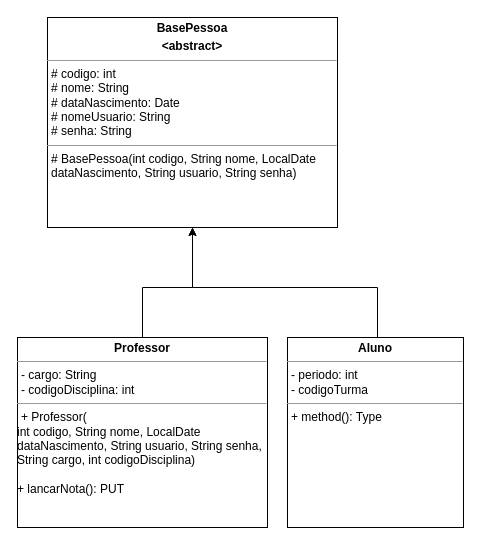
The draw.io diagram Diagrama ProjetoApiContAcad,.drawio in wilianAlbrecht/ProjetoApiContAcad, before the edit. Source tidied: cells renumbered, new cells numbered last; positions are measured from the earlier drawing's top-left corner, leaving out a move shared by most shapes. Both pictures are drawn from the tidied source at 100%, with x=0, y=0 at pixel (17, 17).
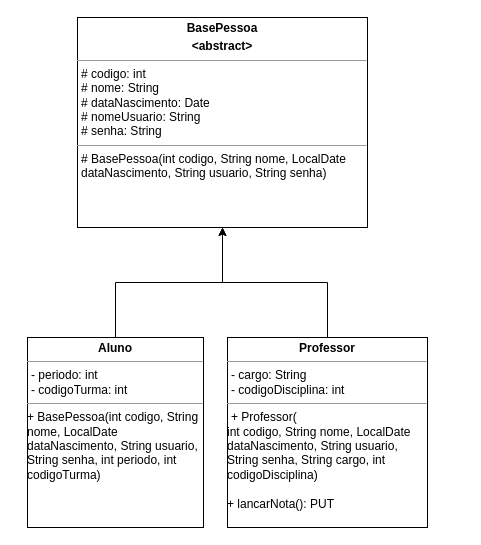
Above is the later version.

What changed in the source:
```diff
@@
 <mxGraphModel>
   <root>
     <mxCell id="0" />
     <mxCell id="1" parent="0" />
     <mxCell id="2" value="&lt;p style=&quot;margin:0px;margin-top:4px;text-align:center;&quot;&gt;&lt;b&gt;BasePessoa&lt;/b&gt;&lt;/p&gt;&lt;p style=&quot;margin:0px;margin-top:4px;text-align:center;&quot;&gt;&lt;b&gt;&amp;lt;abstract&amp;gt;&lt;/b&gt;&lt;/p&gt;&lt;hr size=&quot;1&quot;&gt;&lt;p style=&quot;margin:0px;margin-left:4px;&quot;&gt;# codigo: int&lt;/p&gt;&lt;p style=&quot;margin:0px;margin-left:4px;&quot;&gt;# nome: String&lt;/p&gt;&lt;p style=&quot;margin:0px;margin-left:4px;&quot;&gt;# dataNascimento: Date&lt;/p&gt;&lt;p style=&quot;margin:0px;margin-left:4px;&quot;&gt;# nomeUsuario: String&lt;/p&gt;&lt;p style=&quot;margin:0px;margin-left:4px;&quot;&gt;# senha: String&lt;/p&gt;&lt;hr size=&quot;1&quot;&gt;&lt;p style=&quot;margin:0px;margin-left:4px;&quot;&gt;# BasePessoa(int codigo, String nome, LocalDate dataNascimento, String usuario, String senha)&lt;/p&gt;" style="verticalAlign=top;align=left;overflow=fill;fontSize=12;fontFamily=Helvetica;html=1;whiteSpace=wrap;" parent="1" vertex="1">
-      <mxGeometry x="30" width="290" height="210" as="geometry" />
+      <mxGeometry x="60" width="290" height="210" as="geometry" />
     </mxCell>
     <mxCell id="3" style="edgeStyle=orthogonalEdgeStyle;rounded=0;jettySize=auto;html=1;" parent="1" edge="1" source="4" target="2">
-      <mxGeometry relative="1" as="geometry">
-        <Array as="points">
-          <mxPoint x="125" y="270" />
-          <mxPoint x="175" y="270" />
-        </Array>
-      </mxGeometry>
+      <mxGeometry relative="1" as="geometry" />
     </mxCell>
     <mxCell id="4" value="&lt;p style=&quot;margin:0px;margin-top:4px;text-align:center;&quot;&gt;&lt;b&gt;Professor&lt;/b&gt;&lt;/p&gt;&lt;hr size=&quot;1&quot;&gt;&lt;p style=&quot;margin:0px;margin-left:4px;&quot;&gt;- cargo: String&lt;/p&gt;&lt;p style=&quot;margin:0px;margin-left:4px;&quot;&gt;- codigoDisciplina: int&lt;/p&gt;&lt;hr size=&quot;1&quot;&gt;&lt;p style=&quot;margin:0px;margin-left:4px;&quot;&gt;+ Professor(&lt;/p&gt;int codigo, String nome, LocalDate dataNascimento, String usuario, String senha, String cargo, int codigoDisciplina&lt;span style=&quot;background-color: initial;&quot;&gt;)&lt;br&gt;&lt;br&gt;+ lancarNota(): PUT&lt;br&gt;&lt;/span&gt;" style="verticalAlign=top;align=left;overflow=fill;fontSize=12;fontFamily=Helvetica;html=1;whiteSpace=wrap;" parent="1" vertex="1">
-      <mxGeometry y="320" width="250" height="190" as="geometry" />
+      <mxGeometry x="210" y="320" width="200" height="190" as="geometry" />
     </mxCell>
     <mxCell id="5" style="edgeStyle=orthogonalEdgeStyle;rounded=0;jettySize=auto;html=1;" parent="1" edge="1" source="6" target="2">
-      <mxGeometry relative="1" as="geometry">
-        <Array as="points">
-          <mxPoint x="360" y="270" />
-          <mxPoint x="175" y="270" />
-        </Array>
-      </mxGeometry>
+      <mxGeometry relative="1" as="geometry" />
     </mxCell>
-    <mxCell id="6" value="&lt;p style=&quot;margin:0px;margin-top:4px;text-align:center;&quot;&gt;&lt;b&gt;Aluno&lt;/b&gt;&lt;/p&gt;&lt;hr size=&quot;1&quot;&gt;&lt;p style=&quot;margin:0px;margin-left:4px;&quot;&gt;- periodo: int&lt;/p&gt;&lt;p style=&quot;margin:0px;margin-left:4px;&quot;&gt;- codigoTurma&lt;/p&gt;&lt;hr size=&quot;1&quot;&gt;&lt;p style=&quot;margin:0px;margin-left:4px;&quot;&gt;+ method(): Type&lt;/p&gt;" style="verticalAlign=top;align=left;overflow=fill;fontSize=12;fontFamily=Helvetica;html=1;whiteSpace=wrap;" parent="1" vertex="1">
-      <mxGeometry x="270" y="320" width="176" height="190" as="geometry" />
+    <mxCell id="6" value="&lt;p style=&quot;margin:0px;margin-top:4px;text-align:center;&quot;&gt;&lt;b&gt;Aluno&lt;/b&gt;&lt;/p&gt;&lt;hr size=&quot;1&quot;&gt;&lt;p style=&quot;margin:0px;margin-left:4px;&quot;&gt;- periodo: int&lt;/p&gt;&lt;p style=&quot;margin:0px;margin-left:4px;&quot;&gt;- codigoTurma: int&lt;/p&gt;&lt;hr size=&quot;1&quot;&gt;&lt;p style=&quot;margin:0px;margin-left:4px;&quot;&gt;&lt;/p&gt;+ BasePessoa(int codigo, String nome, LocalDate dataNascimento, String usuario, String senha, int periodo, int codigoTurma)" style="verticalAlign=top;align=left;overflow=fill;fontSize=12;fontFamily=Helvetica;html=1;whiteSpace=wrap;" parent="1" vertex="1">
+      <mxGeometry x="10" y="320" width="176" height="190" as="geometry" />
     </mxCell>
   </root>
 </mxGraphModel>
```
